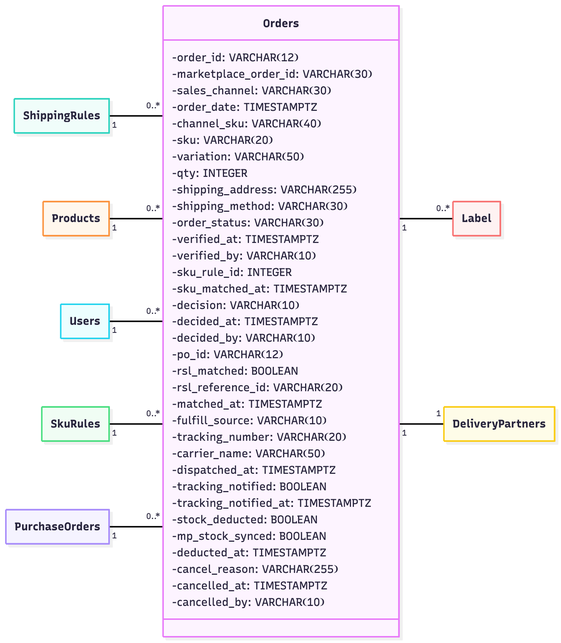
Before: 04-chapter2-diagrams-database/diagrams/png/class-13.png, a diagram exported from Mermaid (xbpkdi/321-sa-proj). Its source is kept beside it as 04-chapter2-diagrams-database/diagrams/src/class-13.mmd. The source it was exported from:
```mermaid
%%{init: {'class': {'hideEmptyMembersBox': true}, 'themeVariables': {'fontSize': '15px'}}}%%
classDiagram
    direction LR
    class Orders {
        -order_id: VARCHAR❨12❩
        -marketplace_order_id: VARCHAR❨30❩
        -sales_channel: VARCHAR❨30❩
        -order_date: TIMESTAMPTZ
        -channel_sku: VARCHAR❨40❩
        -sku: VARCHAR❨20❩
        -variation: VARCHAR❨50❩
        -qty: INTEGER
        -shipping_address: VARCHAR❨255❩
        -shipping_method: VARCHAR❨30❩
        -order_status: VARCHAR❨30❩
        -verified_at: TIMESTAMPTZ
        -verified_by: VARCHAR❨10❩
        -sku_rule_id: INTEGER
        -sku_matched_at: TIMESTAMPTZ
        -decision: VARCHAR❨10❩
        -decided_at: TIMESTAMPTZ
        -decided_by: VARCHAR❨10❩
        -po_id: VARCHAR❨12❩
        -rsl_matched: BOOLEAN
        -rsl_reference_id: VARCHAR❨20❩
        -matched_at: TIMESTAMPTZ
        -fulfill_source: VARCHAR❨10❩
        -tracking_number: VARCHAR❨20❩
        -carrier_name: VARCHAR❨50❩
        -dispatched_at: TIMESTAMPTZ
        -tracking_notified: BOOLEAN
        -tracking_notified_at: TIMESTAMPTZ
        -stock_deducted: BOOLEAN
        -mp_stock_synced: BOOLEAN
        -deducted_at: TIMESTAMPTZ
        -cancel_reason: VARCHAR❨255❩
        -cancelled_at: TIMESTAMPTZ
        -cancelled_by: VARCHAR❨10❩
    }
    ShippingRules "1" -- "0..*" Orders
    Products "1" -- "0..*" Orders
    Users "1" -- "0..*" Orders
    SkuRules "1" -- "0..*" Orders
    PurchaseOrders "1" -- "0..*" Orders
    Orders "1" -- "0..*" Label
    Orders "1" -- "1" DeliveryPartners
```
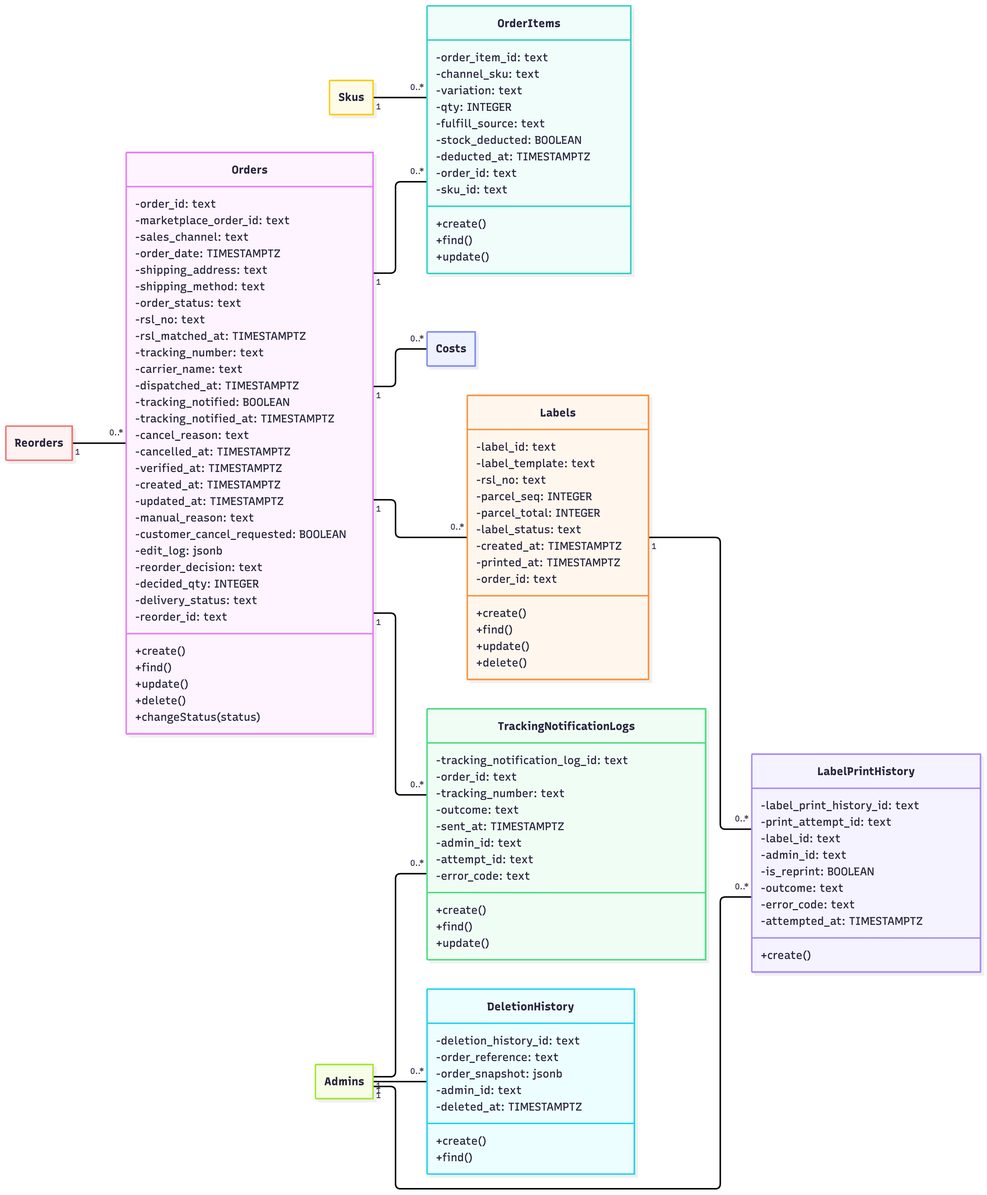
The same file after the commit.

The edit, as a diff of the source:
```diff
@@ -2,45 +2,107 @@
 classDiagram
     direction LR
     class Orders {
-        -order_id: VARCHAR❨12❩
-        -marketplace_order_id: VARCHAR❨30❩
-        -sales_channel: VARCHAR❨30❩
+        -order_id: text
+        -marketplace_order_id: text
+        -sales_channel: text
         -order_date: TIMESTAMPTZ
-        -channel_sku: VARCHAR❨40❩
-        -sku: VARCHAR❨20❩
-        -variation: VARCHAR❨50❩
-        -qty: INTEGER
-        -shipping_address: VARCHAR❨255❩
-        -shipping_method: VARCHAR❨30❩
-        -order_status: VARCHAR❨30❩
-        -verified_at: TIMESTAMPTZ
-        -verified_by: VARCHAR❨10❩
-        -sku_rule_id: INTEGER
-        -sku_matched_at: TIMESTAMPTZ
-        -decision: VARCHAR❨10❩
-        -decided_at: TIMESTAMPTZ
-        -decided_by: VARCHAR❨10❩
-        -po_id: VARCHAR❨12❩
-        -rsl_matched: BOOLEAN
-        -rsl_reference_id: VARCHAR❨20❩
-        -matched_at: TIMESTAMPTZ
-        -fulfill_source: VARCHAR❨10❩
-        -tracking_number: VARCHAR❨20❩
-        -carrier_name: VARCHAR❨50❩
+        -shipping_address: text
+        -shipping_method: text
+        -order_status: text
+        -rsl_no: text
+        -rsl_matched_at: TIMESTAMPTZ
+        -tracking_number: text
+        -carrier_name: text
         -dispatched_at: TIMESTAMPTZ
         -tracking_notified: BOOLEAN
         -tracking_notified_at: TIMESTAMPTZ
+        -cancel_reason: text
+        -cancelled_at: TIMESTAMPTZ
+        -verified_at: TIMESTAMPTZ
+        -created_at: TIMESTAMPTZ
+        -updated_at: TIMESTAMPTZ
+        -manual_reason: text
+        -customer_cancel_requested: BOOLEAN
+        -edit_log: jsonb
+        -reorder_decision: text
+        -decided_qty: INTEGER
+        -delivery_status: text
+        -reorder_id: text
+        +create()
+        +find()
+        +update()
+        +delete()
+        +changeStatus(status)
+    }
+    class OrderItems {
+        -order_item_id: text
+        -channel_sku: text
+        -variation: text
+        -qty: INTEGER
+        -fulfill_source: text
         -stock_deducted: BOOLEAN
-        -mp_stock_synced: BOOLEAN
         -deducted_at: TIMESTAMPTZ
-        -cancel_reason: VARCHAR❨255❩
-        -cancelled_at: TIMESTAMPTZ
-        -cancelled_by: VARCHAR❨10❩
+        -order_id: text
+        -sku_id: text
+        +create()
+        +find()
+        +update()
     }
-    ShippingRules "1" -- "0..*" Orders
-    Products "1" -- "0..*" Orders
-    Users "1" -- "0..*" Orders
-    SkuRules "1" -- "0..*" Orders
-    PurchaseOrders "1" -- "0..*" Orders
-    Orders "1" -- "0..*" Label
-    Orders "1" -- "1" DeliveryPartners
+    class Labels {
+        -label_id: text
+        -label_template: text
+        -rsl_no: text
+        -parcel_seq: INTEGER
+        -parcel_total: INTEGER
+        -label_status: text
+        -created_at: TIMESTAMPTZ
+        -printed_at: TIMESTAMPTZ
+        -order_id: text
+        +create()
+        +find()
+        +update()
+        +delete()
+    }
+    class DeletionHistory {
+        -deletion_history_id: text
+        -order_reference: text
+        -order_snapshot: jsonb
+        -admin_id: text
+        -deleted_at: TIMESTAMPTZ
+        +create()
+        +find()
+    }
+    class TrackingNotificationLogs {
+        -tracking_notification_log_id: text
+        -order_id: text
+        -tracking_number: text
+        -outcome: text
+        -sent_at: TIMESTAMPTZ
+        -admin_id: text
+        -attempt_id: text
+        -error_code: text
+        +create()
+        +find()
+        +update()
+    }
+    class LabelPrintHistory {
+        -label_print_history_id: text
+        -print_attempt_id: text
+        -label_id: text
+        -admin_id: text
+        -is_reprint: BOOLEAN
+        -outcome: text
+        -error_code: text
+        -attempted_at: TIMESTAMPTZ
+        +create()
+    }
+    Reorders "1" -- "0..*" Orders
+    Orders "1" -- "0..*" OrderItems
+    Skus "1" -- "0..*" OrderItems
+    Orders "1" -- "0..*" Costs
+    Orders "1" -- "0..*" Labels
+    Admins "1" -- "0..*" DeletionHistory
+    Orders "1" -- "0..*" TrackingNotificationLogs
+    Admins "1" -- "0..*" TrackingNotificationLogs
+    Labels "1" -- "0..*" LabelPrintHistory
+    Admins "1" -- "0..*" LabelPrintHistory
```
